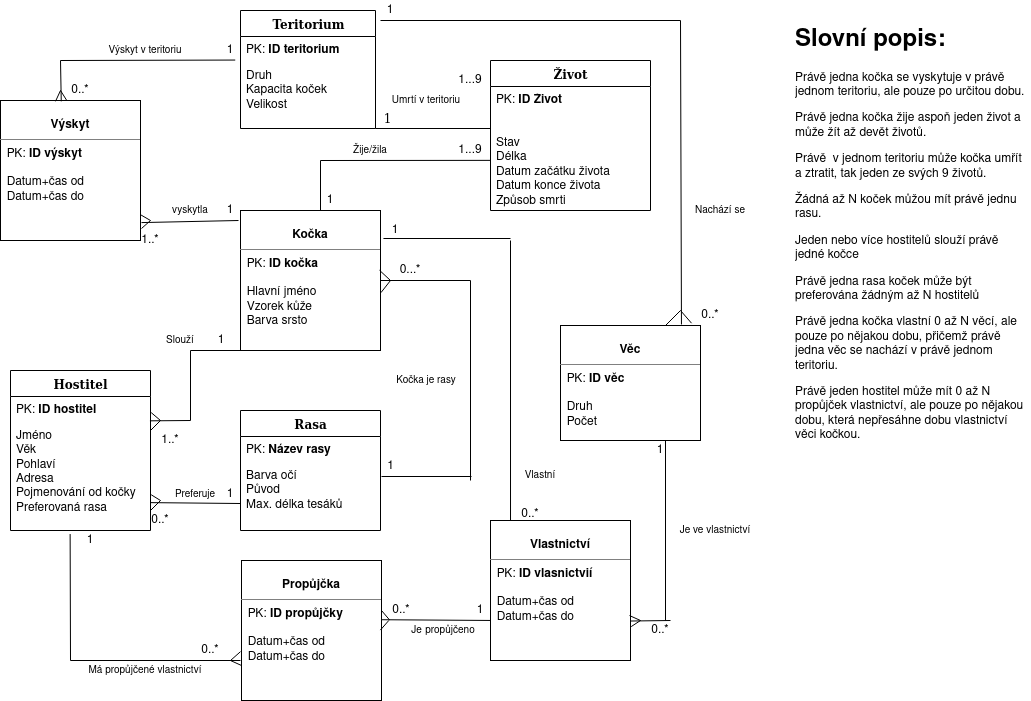
Before: ER xsechr00,xsolich00.png, a diagram exported from draw.io (FilipSolich/IDS). Source tidied: cells renumbered, new cells last; positions are measured from the earlier drawing's top-left corner, leaving out a move shared by most shapes.
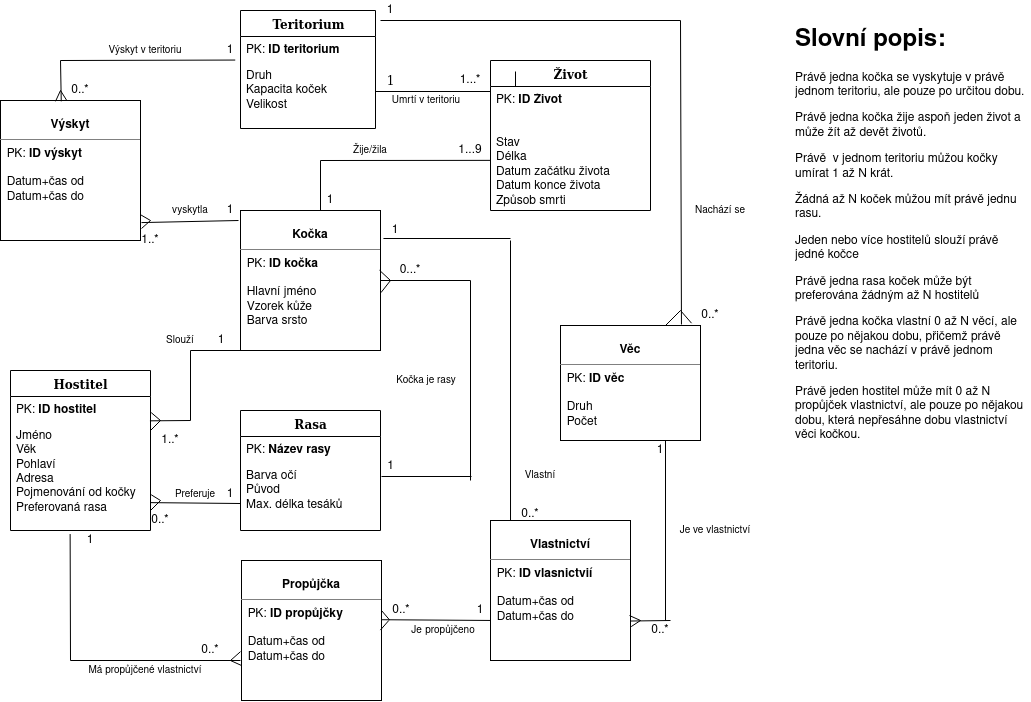
Above is the later version.

Commit message:
hopefully repaired ER in png and drawio file for re-edit ver2

The edit, as a diff of the source:
```diff
@@ -54,7 +54,7 @@
     <mxCell id="14" value="&lt;font style=&quot;font-size: 10px&quot;&gt;Žije/žila&lt;/font&gt;" style="text;html=1;strokeColor=none;fillColor=none;align=center;verticalAlign=middle;whiteSpace=wrap;rounded=0;" parent="1" vertex="1">
       <mxGeometry x="350" y="140" width="40" height="20" as="geometry" />
     </mxCell>
-    <mxCell id="15" value="1...9" style="text;html=1;strokeColor=none;fillColor=none;align=center;verticalAlign=middle;whiteSpace=wrap;rounded=0;" parent="1" vertex="1">
+    <mxCell id="15" value="1...*" style="text;html=1;strokeColor=none;fillColor=none;align=center;verticalAlign=middle;whiteSpace=wrap;rounded=0;" parent="1" vertex="1">
       <mxGeometry x="450" y="70" width="40" height="20" as="geometry" />
     </mxCell>
     <mxCell id="16" value="&lt;font style=&quot;font-size: 10px&quot;&gt;Umrtí v teritoriu&lt;/font&gt;" style="text;html=1;strokeColor=none;fillColor=none;align=center;verticalAlign=middle;whiteSpace=wrap;rounded=0;" parent="1" vertex="1">
@@ -362,7 +362,7 @@
     <mxCell id="92" value="1" style="text;html=1;strokeColor=none;fillColor=none;align=center;verticalAlign=middle;whiteSpace=wrap;rounded=0;" parent="1" vertex="1">
       <mxGeometry x="370" width="40" height="20" as="geometry" />
     </mxCell>
-    <mxCell id="93" value="&lt;h1&gt;Slovní popis:&lt;br&gt;&lt;/h1&gt;&lt;p&gt;Právě jedna kočka se vyskytuje v právě jednom teritoriu, ale pouze po určitou dobu.&lt;/p&gt;&lt;p&gt;Právě jedna kočka žije aspoň jeden život a může žít až devět životů.&lt;/p&gt;&lt;p&gt;Právě&amp;nbsp; v jednom teritoriu může kočka umřít a ztratit, tak jeden ze svých 9 životů.&lt;br&gt;&lt;/p&gt;&lt;p&gt;Žádná až N koček můžou mít právě jednu rasu.&lt;/p&gt;&lt;p&gt;Jeden nebo více hostitelů slouží právě jedné kočce&lt;/p&gt;&lt;p&gt;Právě jedna rasa koček může být preferována žádným až N hostitelů&lt;/p&gt;&lt;p&gt;Právě jedna kočka vlastní 0 až N věcí, ale pouze po nějakou dobu, přičemž právě jedna věc se nachází v právě jednom teritoriu.&lt;/p&gt;&lt;p&gt;Právě jeden hostitel může mít 0 až N propůjček vlastnictví, ale pouze po nějakou dobu, která nepřesáhne dobu vlastnictví věci kočkou.&lt;/p&gt;&lt;p&gt;&lt;br&gt;&lt;/p&gt;&lt;p&gt;&lt;br&gt;&lt;/p&gt;&lt;p&gt;&lt;br&gt;&lt;/p&gt;&lt;p&gt;&lt;br&gt;&lt;/p&gt;" style="text;html=1;strokeColor=none;fillColor=none;spacing=5;spacingTop=-20;whiteSpace=wrap;overflow=hidden;rounded=0;" parent="1" vertex="1">
+    <mxCell id="93" value="&lt;h1&gt;Slovní popis:&lt;br&gt;&lt;/h1&gt;&lt;p&gt;Právě jedna kočka se vyskytuje v právě jednom teritoriu, ale pouze po určitou dobu.&lt;/p&gt;&lt;p&gt;Právě jedna kočka žije aspoň jeden život a může žít až devět životů.&lt;/p&gt;&lt;p&gt;Právě&amp;nbsp; v jednom teritoriu můžou kočky umírat 1 až N krát.&lt;br&gt;&lt;/p&gt;&lt;p&gt;Žádná až N koček můžou mít právě jednu rasu.&lt;/p&gt;&lt;p&gt;Jeden nebo více hostitelů slouží právě jedné kočce&lt;/p&gt;&lt;p&gt;Právě jedna rasa koček může být preferována žádným až N hostitelů&lt;/p&gt;&lt;p&gt;Právě jedna kočka vlastní 0 až N věcí, ale pouze po nějakou dobu, přičemž právě jedna věc se nachází v právě jednom teritoriu.&lt;/p&gt;&lt;p&gt;Právě jeden hostitel může mít 0 až N propůjček vlastnictví, ale pouze po nějakou dobu, která nepřesáhne dobu vlastnictví věci kočkou.&lt;/p&gt;&lt;p&gt;&lt;br&gt;&lt;/p&gt;&lt;p&gt;&lt;br&gt;&lt;/p&gt;&lt;p&gt;&lt;br&gt;&lt;/p&gt;&lt;p&gt;&lt;br&gt;&lt;/p&gt;" style="text;html=1;strokeColor=none;fillColor=none;spacing=5;spacingTop=-20;whiteSpace=wrap;overflow=hidden;rounded=0;" parent="1" vertex="1">
       <mxGeometry x="790" y="20" width="240" height="510" as="geometry" />
     </mxCell>
     <mxCell id="94" value="1" style="text;html=1;strokeColor=none;fillColor=none;align=center;verticalAlign=middle;whiteSpace=wrap;rounded=0;" parent="1" vertex="1">
```
